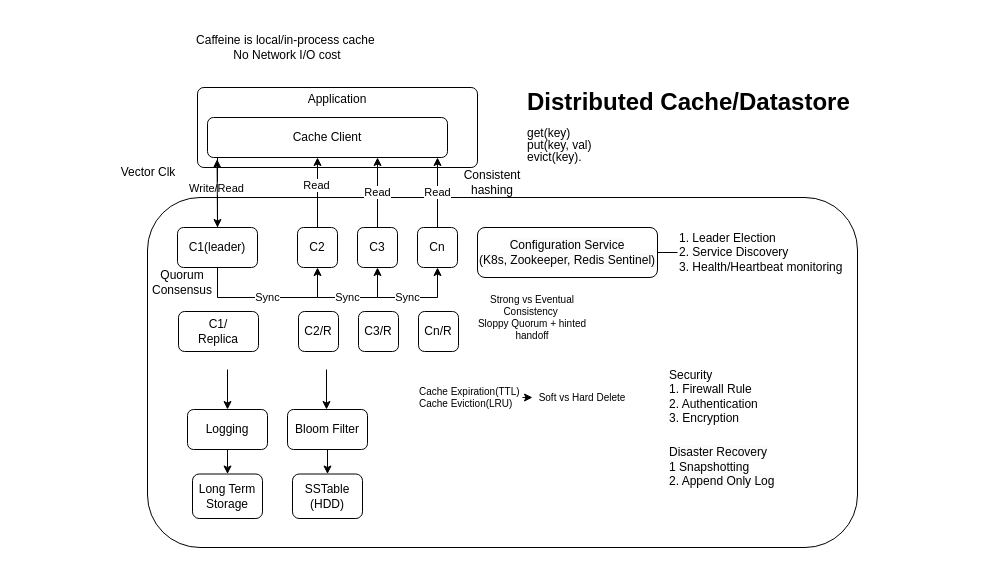
Above: 3_Cache.drawio in xwq172677170/SysdDiagram (draw.io), before the change. Source tidied: cells renumbered, new cells numbered last; positions are measured from the earlier drawing's top-left corner, leaving out a move shared by most shapes. Both pictures are drawn from the tidied source at 100%, with x=0, y=0 at pixel (118, 17).
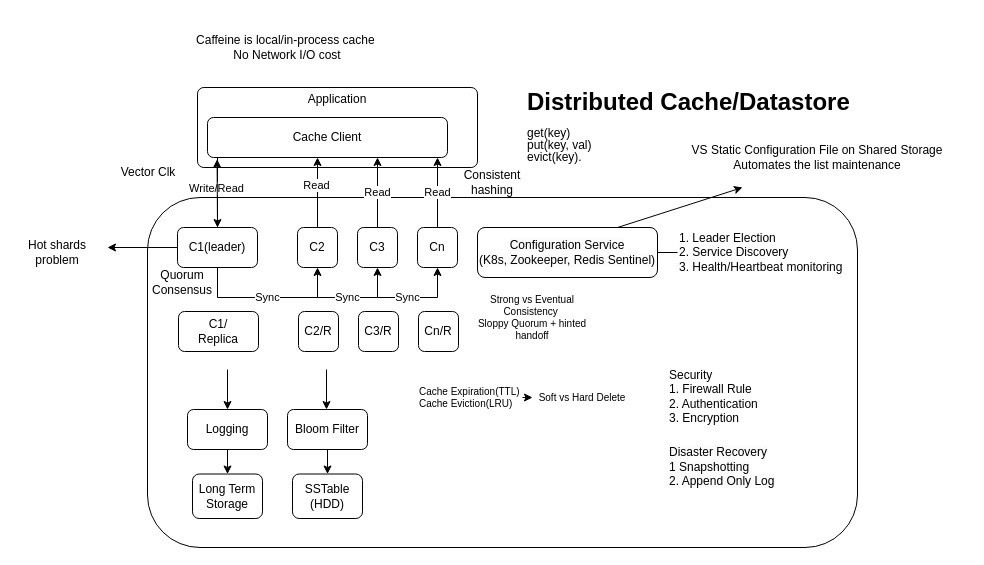
The same diagram, later.

Unchanged cells that the change refers to:
```xml
<mxCell id="8" value="C1(leader)" style="rounded=1;whiteSpace=wrap;html=1;" parent="1" vertex="1">
  <mxGeometry x="59" y="210" width="80" height="40" as="geometry" />
</mxCell>
```

What changed in the source:
```diff
@@
+    <mxCell id="44" style="endArrow=classic;html=1;rounded=0;entryX=0.25;entryY=1;entryDx=0;entryDy=0;" parent="1" edge="1" target="45">
+      <mxGeometry relative="1" as="geometry">
+        <mxPoint x="499" y="210" as="sourcePoint" />
+      </mxGeometry>
+    </mxCell>
+    <mxCell id="45" value="VS Static Configuration File on Shared Storage&lt;br&gt;Automates the list maintenance" style="text;html=1;strokeColor=none;fillColor=none;align=center;verticalAlign=middle;whiteSpace=wrap;rounded=0;" parent="1" vertex="1">
+      <mxGeometry x="549" y="110" width="300" height="60" as="geometry" />
+    </mxCell>
+    <mxCell id="46" style="endArrow=classic;html=1;rounded=0;exitX=0;exitY=0.5;exitDx=0;exitDy=0;" parent="1" edge="1" source="8">
+      <mxGeometry relative="1" as="geometry">
+        <mxPoint x="-11" y="230" as="targetPoint" />
+      </mxGeometry>
+    </mxCell>
+    <mxCell id="47" value="Hot shards problem" style="text;html=1;strokeColor=none;fillColor=none;align=center;verticalAlign=middle;whiteSpace=wrap;rounded=0;" parent="1" vertex="1">
+      <mxGeometry x="-101" y="220" width="80" height="30" as="geometry" />
+    </mxCell>
```
